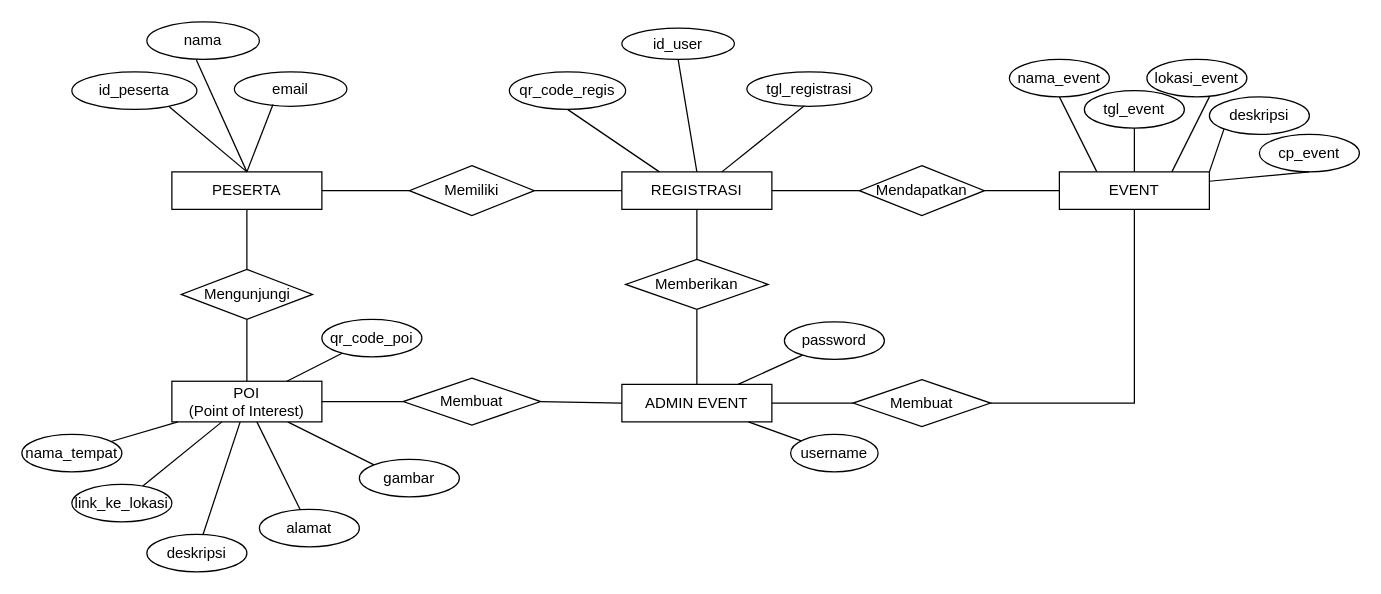
Before: diagram/citynet_dfd.drawio in kominfo-denpasar/drawio, a draw.io diagram. Source tidied: cells renumbered, new cells numbered last; positions are measured from the earlier drawing's top-left corner, leaving out a move shared by most shapes. Both pictures are drawn from the tidied source at 125%, with x=0, y=0 at pixel (21, 21).
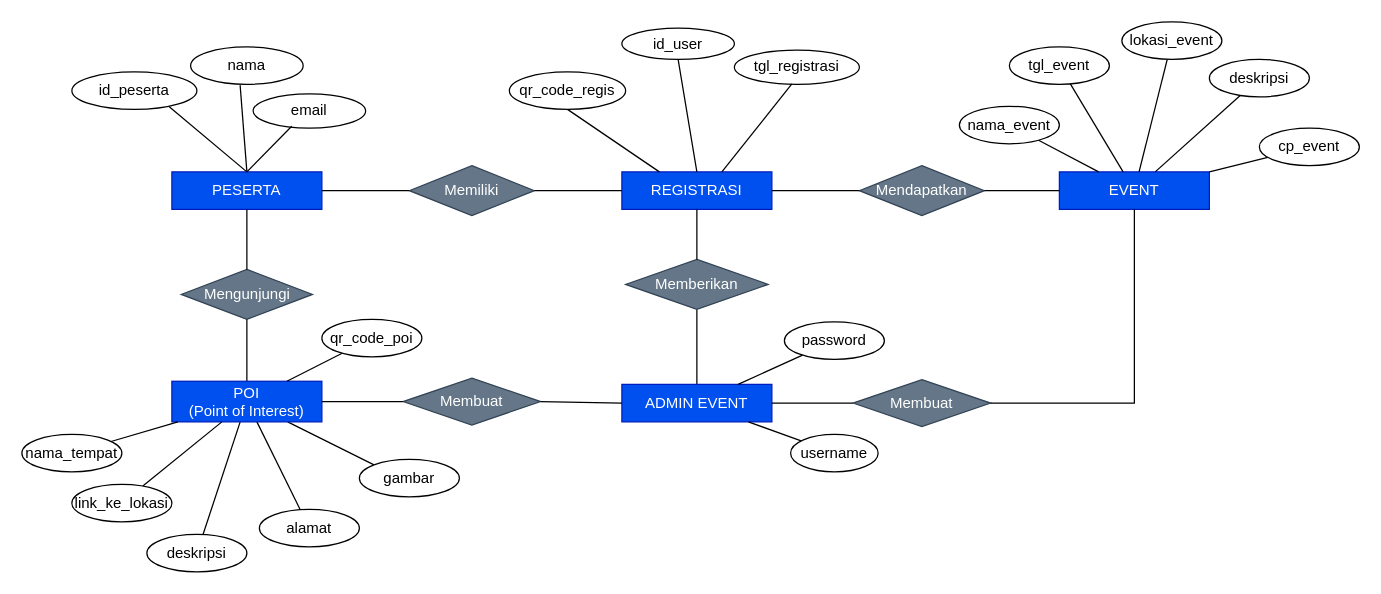
Above is the later version.

What changed in the source:
```diff
@@
-    <mxCell id="2" value="PESERTA" style="rounded=0;whiteSpace=wrap;html=1;" parent="1" vertex="1">
+    <mxCell id="2" value="PESERTA" style="rounded=0;whiteSpace=wrap;html=1;fillColor=#0050ef;strokeColor=#001DBC;fontColor=#ffffff;" parent="1" vertex="1">
       <mxGeometry x="120" y="120" width="120" height="30" as="geometry" />
     </mxCell>
-    <mxCell id="3" value="Memiliki" style="rhombus;whiteSpace=wrap;html=1;" parent="1" vertex="1">
+    <mxCell id="3" value="Memiliki" style="rhombus;whiteSpace=wrap;html=1;fillColor=#647687;fontColor=#ffffff;strokeColor=#314354;" parent="1" vertex="1">
       <mxGeometry x="310" y="115" width="100" height="40" as="geometry" />
     </mxCell>
-    <mxCell id="4" value="REGISTRASI" style="rounded=0;whiteSpace=wrap;html=1;" parent="1" vertex="1">
+    <mxCell id="4" value="REGISTRASI" style="rounded=0;whiteSpace=wrap;html=1;fillColor=#0050ef;strokeColor=#001DBC;fontColor=#ffffff;" parent="1" vertex="1">
       <mxGeometry x="480" y="120" width="120" height="30" as="geometry" />
     </mxCell>
@@
     <mxCell id="7" value="nama" style="ellipse;whiteSpace=wrap;html=1;" parent="1" vertex="1">
-      <mxGeometry x="100" width="90" height="30" as="geometry" />
+      <mxGeometry x="135" y="20" width="90" height="30" as="geometry" />
     </mxCell>
     <mxCell id="8" value="email" style="ellipse;whiteSpace=wrap;html=1;" parent="1" vertex="1">
-      <mxGeometry x="170" y="40" width="90" height="27.5" as="geometry" />
+      <mxGeometry x="185" y="57.5" width="90" height="27.5" as="geometry" />
     </mxCell>
@@
-    <mxCell id="13" value="Mendapatkan" style="rhombus;whiteSpace=wrap;html=1;" parent="1" vertex="1">
+    <mxCell id="13" value="Mendapatkan" style="rhombus;whiteSpace=wrap;html=1;fillColor=#647687;fontColor=#ffffff;strokeColor=#314354;" parent="1" vertex="1">
       <mxGeometry x="670" y="115" width="100" height="40" as="geometry" />
     </mxCell>
-    <mxCell id="14" value="EVENT" style="rounded=0;whiteSpace=wrap;html=1;" parent="1" vertex="1">
+    <mxCell id="14" value="EVENT" style="rounded=0;whiteSpace=wrap;html=1;fillColor=#0050ef;strokeColor=#001DBC;fontColor=#ffffff;" parent="1" vertex="1">
       <mxGeometry x="830" y="120" width="120" height="30" as="geometry" />
     </mxCell>
@@
     <mxCell id="19" value="tgl_registrasi" style="ellipse;whiteSpace=wrap;html=1;" parent="1" vertex="1">
-      <mxGeometry x="580" y="40" width="100" height="27.5" as="geometry" />
+      <mxGeometry x="570" y="22.5" width="100" height="27.5" as="geometry" />
     </mxCell>
@@
-    <mxCell id="23" value="Mengunjungi" style="rhombus;whiteSpace=wrap;html=1;" parent="1" vertex="1">
+    <mxCell id="23" value="Mengunjungi" style="rhombus;whiteSpace=wrap;html=1;fillColor=#647687;fontColor=#ffffff;strokeColor=#314354;" parent="1" vertex="1">
       <mxGeometry x="127.5" y="198" width="105" height="40" as="geometry" />
     </mxCell>
@@
-    <mxCell id="28" value="POI&lt;div&gt;(Point of Interest)&lt;/div&gt;" style="rounded=0;whiteSpace=wrap;html=1;" parent="1" vertex="1">
+    <mxCell id="28" value="POI&lt;div&gt;(Point of Interest)&lt;/div&gt;" style="rounded=0;whiteSpace=wrap;html=1;fillColor=#0050ef;strokeColor=#001DBC;fontColor=#ffffff;" parent="1" vertex="1">
       <mxGeometry x="120" y="287.5" width="120" height="32.5" as="geometry" />
     </mxCell>
-    <mxCell id="29" value="Membuat" style="rhombus;whiteSpace=wrap;html=1;" parent="1" vertex="1">
+    <mxCell id="29" value="Membuat" style="rhombus;whiteSpace=wrap;html=1;fillColor=#647687;fontColor=#ffffff;strokeColor=#314354;" parent="1" vertex="1">
       <mxGeometry x="305" y="285" width="110" height="37.5" as="geometry" />
     </mxCell>
@@
-    <mxCell id="31" value="ADMIN EVENT" style="rounded=0;whiteSpace=wrap;html=1;" parent="1" vertex="1">
+    <mxCell id="31" value="ADMIN EVENT" style="rounded=0;whiteSpace=wrap;html=1;fillColor=#0050ef;strokeColor=#001DBC;fontColor=#ffffff;" parent="1" vertex="1">
       <mxGeometry x="480" y="290" width="120" height="30" as="geometry" />
     </mxCell>
@@
-    <mxCell id="33" value="Membuat" style="rhombus;whiteSpace=wrap;html=1;" parent="1" vertex="1">
+    <mxCell id="33" value="Membuat" style="rhombus;whiteSpace=wrap;html=1;fillColor=#647687;fontColor=#ffffff;strokeColor=#314354;" parent="1" vertex="1">
       <mxGeometry x="665" y="286.2" width="110" height="37.5" as="geometry" />
     </mxCell>
-    <mxCell id="34" value="Memberikan" style="rhombus;whiteSpace=wrap;html=1;" parent="1" vertex="1">
+    <mxCell id="34" value="Memberikan" style="rhombus;whiteSpace=wrap;html=1;fillColor=#647687;fontColor=#ffffff;strokeColor=#314354;" parent="1" vertex="1">
       <mxGeometry x="483" y="190" width="114" height="40" as="geometry" />
     </mxCell>
@@
+    <mxCell id="63" style="rounded=0;jettySize=auto;html=1;endArrow=none;endFill=0;" parent="1" edge="1" source="40" target="14">
+      <mxGeometry relative="1" as="geometry" />
+    </mxCell>
     <mxCell id="40" value="nama_event" style="ellipse;whiteSpace=wrap;html=1;" parent="1" vertex="1">
-      <mxGeometry x="790" y="30" width="80" height="30" as="geometry" />
+      <mxGeometry x="750" y="67.5" width="80" height="30" as="geometry" />
     </mxCell>
+    <mxCell id="64" style="rounded=0;jettySize=auto;html=1;endArrow=none;endFill=0;" parent="1" edge="1" source="41" target="14">
+      <mxGeometry relative="1" as="geometry" />
+    </mxCell>
     <mxCell id="41" value="tgl_event" style="ellipse;whiteSpace=wrap;html=1;" parent="1" vertex="1">
-      <mxGeometry x="850" y="55" width="80" height="30" as="geometry" />
+      <mxGeometry x="790" y="20" width="80" height="30" as="geometry" />
     </mxCell>
+    <mxCell id="65" style="rounded=0;jettySize=auto;html=1;endArrow=none;endFill=0;" parent="1" edge="1" source="42" target="14">
+      <mxGeometry relative="1" as="geometry" />
+    </mxCell>
     <mxCell id="42" value="lokasi_event" style="ellipse;whiteSpace=wrap;html=1;" parent="1" vertex="1">
-      <mxGeometry x="900" y="30" width="80" height="30" as="geometry" />
+      <mxGeometry x="880" width="80" height="30" as="geometry" />
     </mxCell>
+    <mxCell id="66" style="rounded=0;jettySize=auto;html=1;endArrow=none;endFill=0;" parent="1" edge="1" source="43" target="14">
+      <mxGeometry relative="1" as="geometry" />
+    </mxCell>
     <mxCell id="43" value="deskripsi" style="ellipse;whiteSpace=wrap;html=1;" parent="1" vertex="1">
-      <mxGeometry x="950" y="60" width="80" height="30" as="geometry" />
+      <mxGeometry x="950" y="30" width="80" height="30" as="geometry" />
     </mxCell>
+    <mxCell id="67" style="rounded=0;jettySize=auto;html=1;endArrow=none;endFill=0;" parent="1" edge="1" source="44" target="14">
+      <mxGeometry relative="1" as="geometry" />
+    </mxCell>
     <mxCell id="44" value="cp_event" style="ellipse;whiteSpace=wrap;html=1;" parent="1" vertex="1">
-      <mxGeometry x="990" y="90" width="80" height="30" as="geometry" />
+      <mxGeometry x="990" y="85" width="80" height="30" as="geometry" />
     </mxCell>
-    <mxCell id="45" style="endArrow=none;html=1;rounded=0;exitX=0.25;exitY=0;exitDx=0;exitDy=0;" parent="1" edge="1" source="14">
-      <mxGeometry relative="1" as="geometry">
-        <mxPoint x="830" y="60" as="targetPoint" />
-      </mxGeometry>
-    </mxCell>
-    <mxCell id="46" style="endArrow=none;html=1;rounded=0;entryX=0.5;entryY=1;entryDx=0;entryDy=0;exitX=0.5;exitY=0;exitDx=0;exitDy=0;" parent="1" edge="1" source="14" target="41">
-      <mxGeometry relative="1" as="geometry" />
-    </mxCell>
-    <mxCell id="47" style="endArrow=none;html=1;rounded=0;exitX=0.75;exitY=0;exitDx=0;exitDy=0;" parent="1" edge="1" source="14">
-      <mxGeometry relative="1" as="geometry">
-        <mxPoint x="950" y="60" as="targetPoint" />
-      </mxGeometry>
-    </mxCell>
-    <mxCell id="48" style="endArrow=none;html=1;rounded=0;entryX=0;entryY=1;entryDx=0;entryDy=0;exitX=1;exitY=0;exitDx=0;exitDy=0;" parent="1" edge="1" source="14" target="43">
-      <mxGeometry relative="1" as="geometry" />
-    </mxCell>
-    <mxCell id="49" style="endArrow=none;html=1;rounded=0;exitX=1;exitY=0.25;exitDx=0;exitDy=0;" parent="1" edge="1" source="14">
-      <mxGeometry relative="1" as="geometry">
-        <mxPoint x="1030" y="120" as="targetPoint" />
-      </mxGeometry>
-    </mxCell>
@@
+    <mxCell id="68" style="edgeStyle=orthogonalEdgeStyle;rounded=0;orthogonalLoop=1;jettySize=auto;html=1;exitX=0.5;exitY=1;exitDx=0;exitDy=0;" parent="1" edge="1" source="42" target="42">
+      <mxGeometry relative="1" as="geometry" />
+    </mxCell>
```
